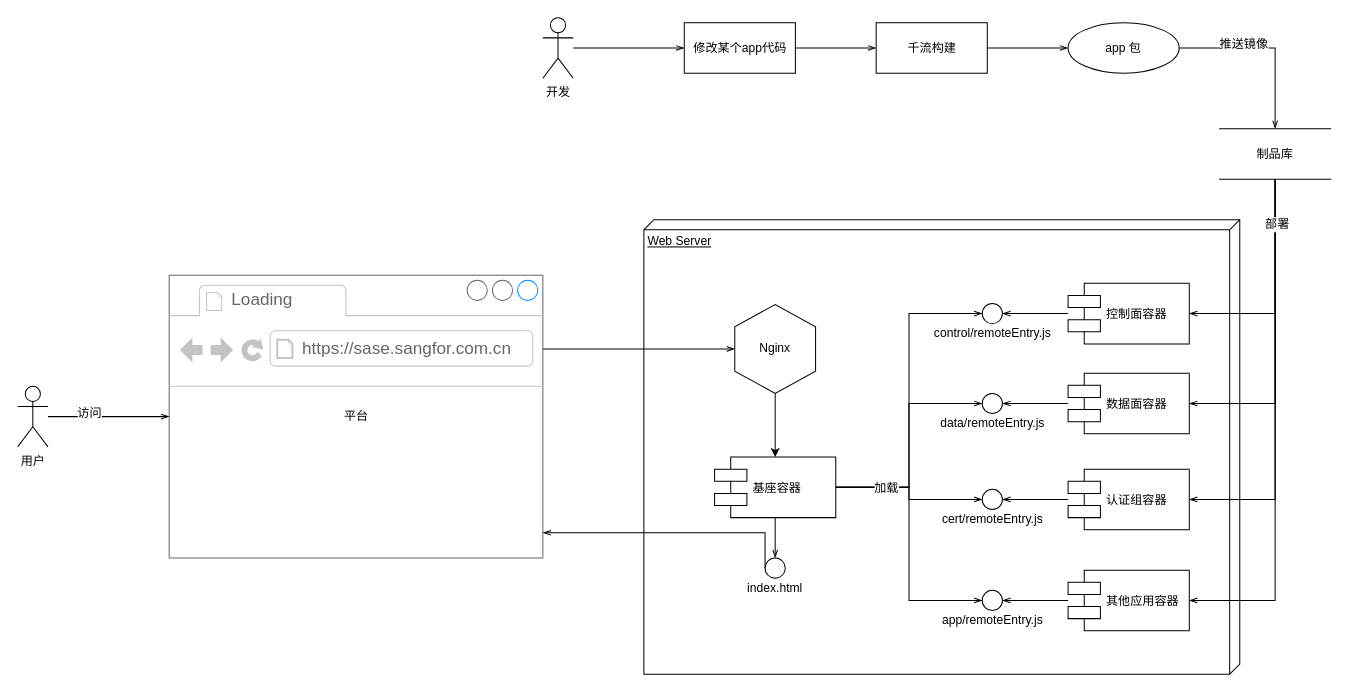
zhuoooo/doodles keeps this draw.io diagram as page "部署图" (6 of 8) of 微服务设计图.drawio. Above is the earlier version. Source tidied: cells renumbered, new cells numbered last; positions are measured from the earlier drawing's top-left corner, leaving out a move shared by most shapes. Both pictures are drawn from the tidied source at 101%, with x=0, y=0 at pixel (17, 17).
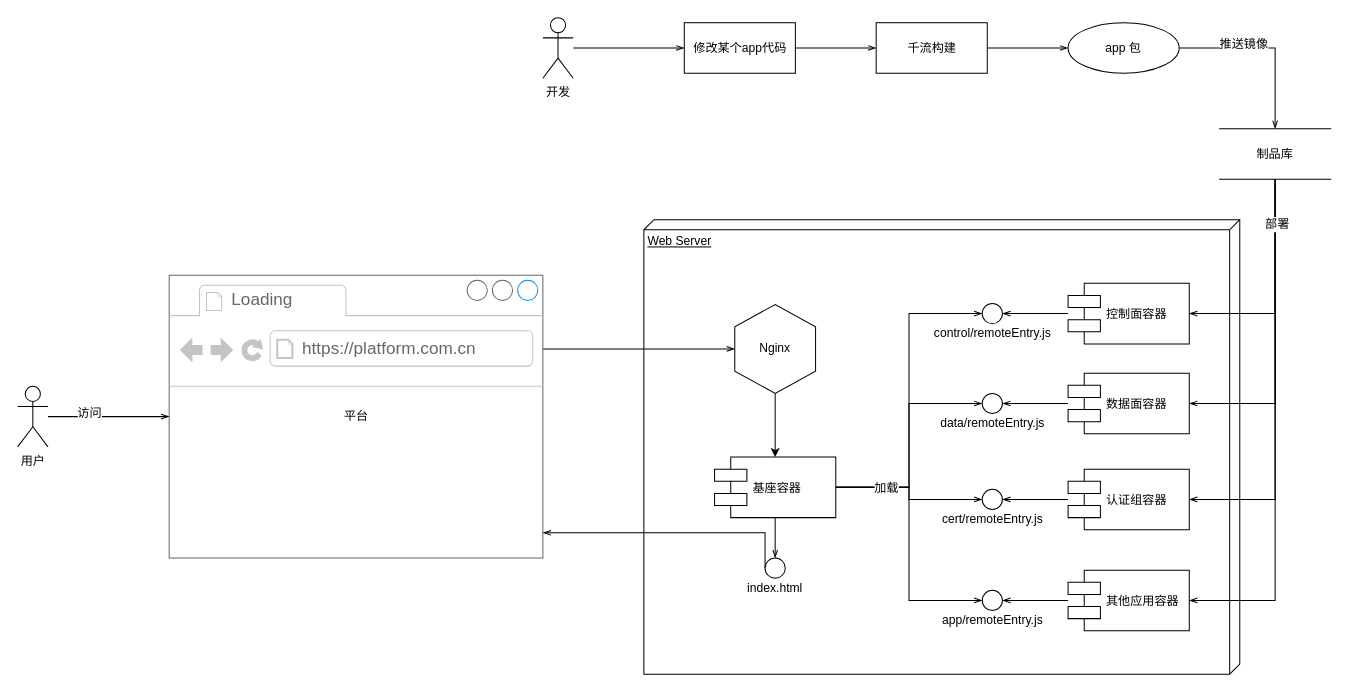
After the change.

The change refers to these unchanged cells:
```xml
<mxCell id="31" value="平台" style="strokeWidth=1;shadow=0;dashed=0;align=center;html=1;shape=mxgraph.mockup.containers.browserWindow;rSize=0;strokeColor=#666666;strokeColor2=#008cff;strokeColor3=#c4c4c4;mainText=,;" parent="1" vertex="1">
  <mxGeometry x="150" y="255" width="370" height="280" as="geometry" />
</mxCell>
```

The edit, as a diff of the source:
```diff
@@
-    <mxCell id="33" value="https://sase.sangfor.com.cn" style="strokeWidth=1;shadow=0;dashed=0;align=center;html=1;shape=mxgraph.mockup.containers.anchor;rSize=0;fontSize=17;fontColor=#666666;align=left;" parent="31" vertex="1">
+    <mxCell id="33" value="https://platform.com.cn" style="strokeWidth=1;shadow=0;dashed=0;align=center;html=1;shape=mxgraph.mockup.containers.anchor;rSize=0;fontSize=17;fontColor=#666666;align=left;" parent="31" vertex="1">
       <mxGeometry x="130" y="60" width="220" height="26" as="geometry" />
     </mxCell>
```
